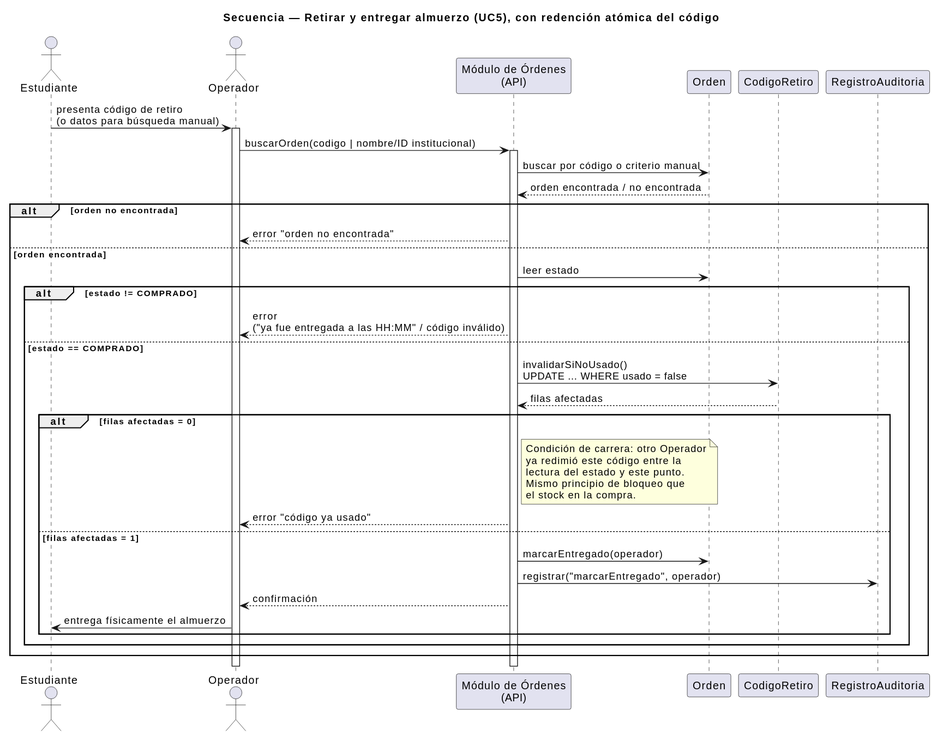
Before: uml/secuencia-retiro-entrega.svg, a diagram exported from PlantUML (Jesus-JB/aliflow). Source of this version:
```plantuml
@startuml
title Secuencia — Retirar y entregar almuerzo (UC5), con redención atómica del código

actor Estudiante
actor Operador
participant "Módulo de Órdenes\n(API)" as API
participant "Orden" as Orden
participant "CodigoRetiro" as Codigo
participant "RegistroAuditoria" as Audit

Estudiante -> Operador : presenta código de retiro\n(o datos para búsqueda manual)
activate Operador

Operador -> API : buscarOrden(codigo | nombre/ID institucional)
activate API

API -> Orden : buscar por código o criterio manual
Orden --> API : orden encontrada / no encontrada

alt orden no encontrada
  API --> Operador : error "orden no encontrada"
else orden encontrada
  API -> Orden : leer estado
  alt estado != COMPRADO
    API --> Operador : error\n("ya fue entregada a las HH:MM" / código inválido)
  else estado == COMPRADO
    API -> Codigo : invalidarSiNoUsado()\nUPDATE ... WHERE usado = false
    Codigo --> API : filas afectadas

    alt filas afectadas = 0
      note right of API
        Condición de carrera: otro Operador
        ya redimió este código entre la
        lectura del estado y este punto.
        Mismo principio de bloqueo que
        el stock en la compra.
      end note
      API --> Operador : error "código ya usado"
    else filas afectadas = 1
      API -> Orden : marcarEntregado(operador)
      API -> Audit : registrar("marcarEntregado", operador)
      API --> Operador : confirmación
      Operador -> Estudiante : entrega físicamente el almuerzo
    end
  end
end

deactivate API
deactivate Operador
@enduml
```
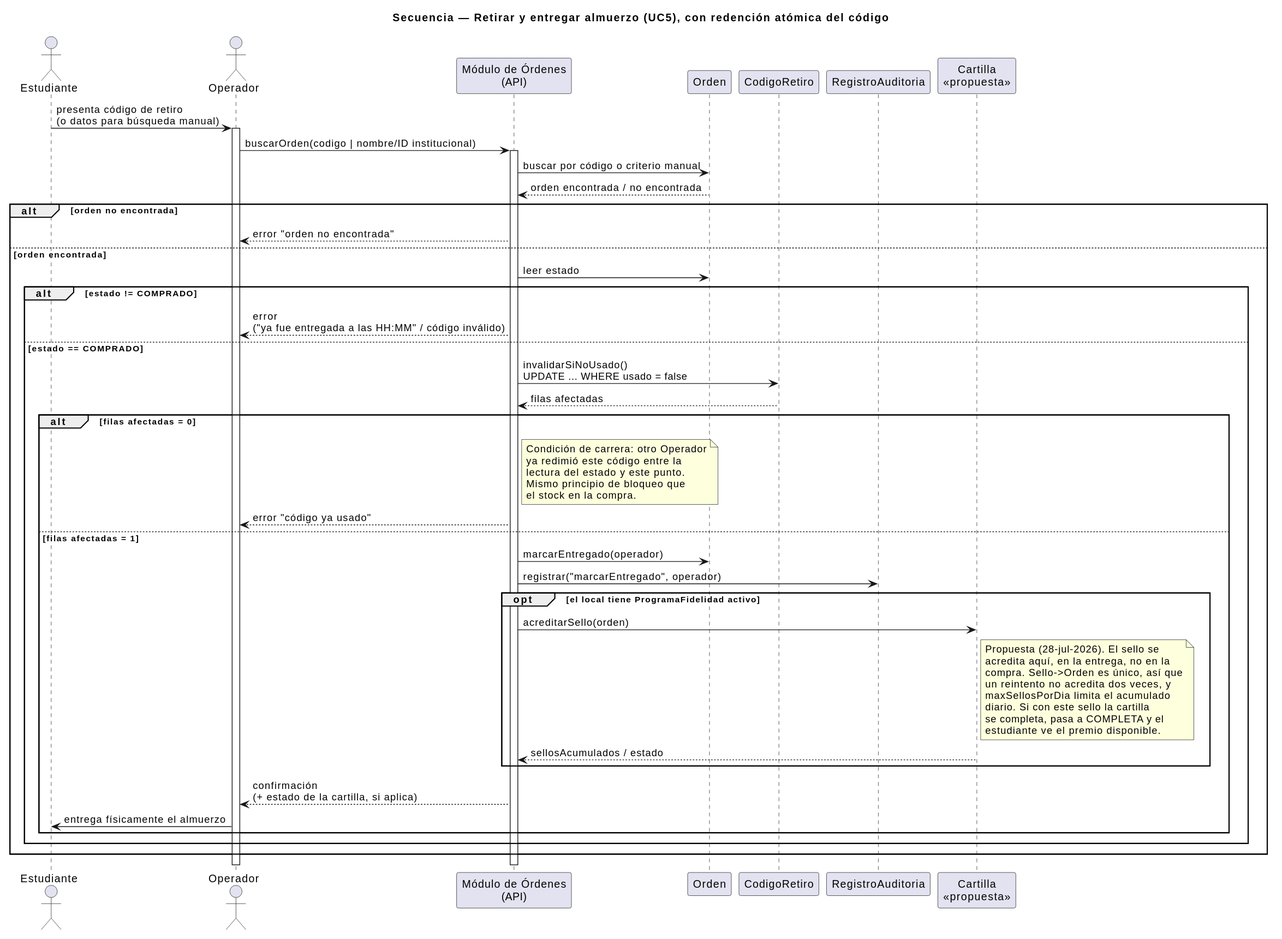
The same diagram one commit later.

Diff of the diagram source:
```diff
@@ -7,6 +7,7 @@
 participant "Orden" as Orden
 participant "CodigoRetiro" as Codigo
 participant "RegistroAuditoria" as Audit
+participant "Cartilla\n<<propuesta>>" as Cartilla
 
 Estudiante -> Operador : presenta código de retiro\n(o datos para búsqueda manual)
 activate Operador
@@ -39,7 +40,23 @@
     else filas afectadas = 1
       API -> Orden : marcarEntregado(operador)
       API -> Audit : registrar("marcarEntregado", operador)
-      API --> Operador : confirmación
+
+      opt el local tiene ProgramaFidelidad activo
+        API -> Cartilla : acreditarSello(orden)
+        note right of Cartilla
+          Propuesta (28-jul-2026). El sello se
+          acredita aquí, en la entrega, no en la
+          compra. Sello->Orden es único, así que
+          un reintento no acredita dos veces, y
+          maxSellosPorDia limita el acumulado
+          diario. Si con este sello la cartilla
+          se completa, pasa a COMPLETA y el
+          estudiante ve el premio disponible.
+        end note
+        Cartilla --> API : sellosAcumulados / estado
+      end
+
+      API --> Operador : confirmación\n(+ estado de la cartilla, si aplica)
       Operador -> Estudiante : entrega físicamente el almuerzo
     end
   end
```
